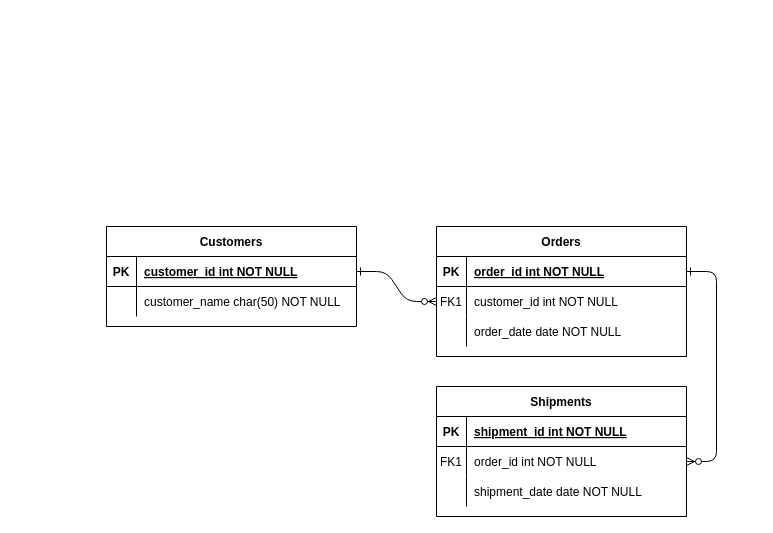
Above: Untitled Diagram.drawio in fanimu/berlatih-sql (draw.io), before the change. Source tidied: cells renumbered, new cells numbered last; positions are measured from the earlier drawing's top-left corner, leaving out a move shared by most shapes. Both pictures are drawn from the tidied source at 100%, with x=0, y=0 at pixel (106, 226).
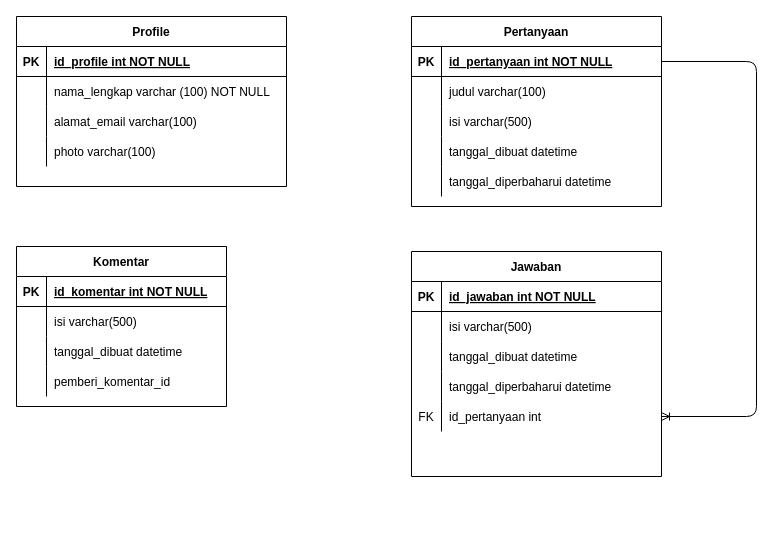
The same diagram, later.

The edit, as a diff of the source:
```diff
@@
-    <mxCell id="2" style="edgeStyle=entityRelationEdgeStyle;endArrow=ERzeroToMany;startArrow=ERone;endFill=1;startFill=0;" parent="1" edge="1" source="25" target="8">
-      <mxGeometry relative="1" as="geometry" />
-    </mxCell>
-    <mxCell id="3" style="edgeStyle=entityRelationEdgeStyle;endArrow=ERzeroToMany;startArrow=ERone;endFill=1;startFill=0;" parent="1" edge="1" source="5" target="18">
-      <mxGeometry relative="1" as="geometry" />
-    </mxCell>
-    <mxCell id="4" value="Orders" style="shape=table;startSize=30;childLayout=tableLayout;rowLines=0;fontStyle=1;align=center;" parent="1" vertex="1">
-      <mxGeometry x="330" width="250" height="130" as="geometry" />
-    </mxCell>
-    <mxCell id="5" style="shape=partialRectangle;fillColor=none;points=[[0,0.5],[1,0.5]];portConstraint=eastwest;top=0;left=0;right=0;bottom=1;" parent="4" vertex="1">
-      <mxGeometry y="30" width="250" height="30" as="geometry" />
-    </mxCell>
-    <mxCell id="6" value="PK" style="shape=partialRectangle;overflow=hidden;fillColor=none;top=0;left=0;bottom=0;right=0;fontStyle=1;" parent="5" vertex="1">
-      <mxGeometry width="30" height="30" as="geometry" />
-    </mxCell>
-    <mxCell id="7" value="order_id int NOT NULL " style="shape=partialRectangle;overflow=hidden;fillColor=none;top=0;left=0;bottom=0;right=0;align=left;spacingLeft=6;fontStyle=5;" parent="5" vertex="1">
-      <mxGeometry x="30" width="220" height="30" as="geometry" />
-    </mxCell>
-    <mxCell id="8" style="shape=partialRectangle;fillColor=none;points=[[0,0.5],[1,0.5]];portConstraint=eastwest;top=0;left=0;right=0;bottom=0;" parent="4" vertex="1">
-      <mxGeometry y="60" width="250" height="30" as="geometry" />
-    </mxCell>
-    <mxCell id="9" value="FK1" style="shape=partialRectangle;overflow=hidden;fillColor=none;top=0;left=0;bottom=0;right=0;" parent="8" vertex="1">
-      <mxGeometry width="30" height="30" as="geometry" />
-    </mxCell>
-    <mxCell id="10" value="customer_id int NOT NULL" style="shape=partialRectangle;overflow=hidden;fillColor=none;top=0;left=0;bottom=0;right=0;align=left;spacingLeft=6;" parent="8" vertex="1">
-      <mxGeometry x="30" width="220" height="30" as="geometry" />
-    </mxCell>
-    <mxCell id="11" style="shape=partialRectangle;fillColor=none;top=0;left=0;right=0;bottom=0;" parent="4" vertex="1">
-      <mxGeometry y="90" width="250" height="30" as="geometry" />
-    </mxCell>
-    <mxCell id="12" style="shape=partialRectangle;overflow=hidden;fillColor=none;top=0;left=0;bottom=0;right=0;" parent="11" vertex="1">
-      <mxGeometry width="30" height="30" as="geometry" />
-    </mxCell>
-    <mxCell id="13" value="order_date date NOT NULL" style="shape=partialRectangle;overflow=hidden;fillColor=none;top=0;left=0;bottom=0;right=0;align=left;spacingLeft=6;" parent="11" vertex="1">
-      <mxGeometry x="30" width="220" height="30" as="geometry" />
-    </mxCell>
-    <mxCell id="14" value="Shipments" style="shape=table;startSize=30;childLayout=tableLayout;rowLines=0;fontStyle=1;align=center;" parent="1" vertex="1">
-      <mxGeometry x="330" y="160" width="250" height="130" as="geometry" />
-    </mxCell>
-    <mxCell id="15" style="shape=partialRectangle;fillColor=none;top=0;left=0;right=0;bottom=1;" parent="14" vertex="1">
-      <mxGeometry y="30" width="250" height="30" as="geometry" />
-    </mxCell>
-    <mxCell id="16" value="PK" style="shape=partialRectangle;overflow=hidden;fillColor=none;top=0;left=0;bottom=0;right=0;fontStyle=1;" parent="15" vertex="1">
-      <mxGeometry width="30" height="30" as="geometry" />
-    </mxCell>
-    <mxCell id="17" value="shipment_id int NOT NULL " style="shape=partialRectangle;overflow=hidden;fillColor=none;top=0;left=0;bottom=0;right=0;align=left;spacingLeft=6;fontStyle=5;" parent="15" vertex="1">
-      <mxGeometry x="30" width="220" height="30" as="geometry" />
-    </mxCell>
-    <mxCell id="18" style="shape=partialRectangle;fillColor=none;points=[[0,0.5],[1,0.5]];portConstraint=eastwest;top=0;left=0;right=0;bottom=0;" parent="14" vertex="1">
-      <mxGeometry y="60" width="250" height="30" as="geometry" />
-    </mxCell>
-    <mxCell id="19" value="FK1" style="shape=partialRectangle;overflow=hidden;fillColor=none;top=0;left=0;bottom=0;right=0;" parent="18" vertex="1">
-      <mxGeometry width="30" height="30" as="geometry" />
-    </mxCell>
-    <mxCell id="20" value="order_id int NOT NULL" style="shape=partialRectangle;overflow=hidden;fillColor=none;top=0;left=0;bottom=0;right=0;align=left;spacingLeft=6;" parent="18" vertex="1">
-      <mxGeometry x="30" width="220" height="30" as="geometry" />
-    </mxCell>
-    <mxCell id="21" style="shape=partialRectangle;fillColor=none;top=0;left=0;right=0;bottom=0;" parent="14" vertex="1">
-      <mxGeometry y="90" width="250" height="30" as="geometry" />
-    </mxCell>
-    <mxCell id="22" style="shape=partialRectangle;overflow=hidden;fillColor=none;top=0;left=0;bottom=0;right=0;" parent="21" vertex="1">
-      <mxGeometry width="30" height="30" as="geometry" />
-    </mxCell>
-    <mxCell id="23" value="shipment_date date NOT NULL" style="shape=partialRectangle;overflow=hidden;fillColor=none;top=0;left=0;bottom=0;right=0;align=left;spacingLeft=6;" parent="21" vertex="1">
-      <mxGeometry x="30" width="220" height="30" as="geometry" />
-    </mxCell>
+    <mxCell id="31" value="Komentar" style="shape=table;startSize=30;childLayout=tableLayout;rowLines=0;fontStyle=1;align=center;" parent="1" vertex="1">
+      <mxGeometry x="-90" y="20" width="210" height="160" as="geometry" />
+    </mxCell>
+    <mxCell id="32" style="shape=partialRectangle;fillColor=none;top=0;left=0;bottom=1;right=0;" parent="31" vertex="1">
+      <mxGeometry y="30" width="210" height="30" as="geometry" />
+    </mxCell>
+    <mxCell id="33" value="PK" style="shape=partialRectangle;fillColor=none;top=0;left=0;bottom=0;right=0;fontStyle=1;overflow=hidden;" parent="32" vertex="1">
+      <mxGeometry width="30" height="30" as="geometry" />
+    </mxCell>
+    <mxCell id="34" value="id_komentar int NOT NULL" style="shape=partialRectangle;fillColor=none;top=0;left=0;bottom=0;right=0;align=left;spacingLeft=6;fontStyle=5;overflow=hidden;" parent="32" vertex="1">
+      <mxGeometry x="30" width="180" height="30" as="geometry" />
+    </mxCell>
+    <mxCell id="35" style="shape=partialRectangle;fillColor=none;top=0;left=0;bottom=0;right=0;" parent="31" vertex="1">
+      <mxGeometry y="60" width="210" height="30" as="geometry" />
+    </mxCell>
+    <mxCell id="36" style="shape=partialRectangle;fillColor=none;top=0;left=0;bottom=0;right=0;overflow=hidden;" parent="35" vertex="1">
+      <mxGeometry width="30" height="30" as="geometry" />
+    </mxCell>
+    <mxCell id="37" value="isi varchar(500)" style="shape=partialRectangle;fillColor=none;top=0;left=0;bottom=0;right=0;align=left;spacingLeft=6;overflow=hidden;" parent="35" vertex="1">
+      <mxGeometry x="30" width="180" height="30" as="geometry" />
+    </mxCell>
+    <mxCell id="38" style="shape=partialRectangle;fillColor=none;top=0;left=0;bottom=0;right=0;" parent="31" vertex="1">
+      <mxGeometry y="90" width="210" height="30" as="geometry" />
+    </mxCell>
+    <mxCell id="39" style="shape=partialRectangle;fillColor=none;top=0;left=0;bottom=0;right=0;overflow=hidden;" parent="38" vertex="1">
+      <mxGeometry width="30" height="30" as="geometry" />
+    </mxCell>
+    <mxCell id="40" value="tanggal_dibuat datetime" style="shape=partialRectangle;fillColor=none;top=0;left=0;bottom=0;right=0;align=left;spacingLeft=6;overflow=hidden;" parent="38" vertex="1">
+      <mxGeometry x="30" width="180" height="30" as="geometry" />
+    </mxCell>
+    <mxCell id="41" style="shape=partialRectangle;fillColor=none;top=0;left=0;bottom=0;right=0;" parent="31" vertex="1">
+      <mxGeometry y="120" width="210" height="30" as="geometry" />
+    </mxCell>
+    <mxCell id="42" style="shape=partialRectangle;fillColor=none;top=0;left=0;bottom=0;right=0;overflow=hidden;" parent="41" vertex="1">
+      <mxGeometry width="30" height="30" as="geometry" />
+    </mxCell>
+    <mxCell id="43" value="pemberi_komentar_id" style="shape=partialRectangle;fillColor=none;top=0;left=0;bottom=0;right=0;align=left;spacingLeft=6;overflow=hidden;" parent="41" vertex="1">
+      <mxGeometry x="30" width="180" height="30" as="geometry" />
+    </mxCell>
-    <mxCell id="24" value="Customers" style="shape=table;startSize=30;childLayout=tableLayout;rowLines=0;fontStyle=1;align=center;" parent="1" vertex="1">
-      <mxGeometry width="250" height="100" as="geometry" />
+    <mxCell id="24" value="Profile" style="shape=table;startSize=30;childLayout=tableLayout;rowLines=0;fontStyle=1;align=center;" parent="1" vertex="1">
+      <mxGeometry x="-90" y="-210" width="270" height="170" as="geometry" />
     </mxCell>
     <mxCell id="25" style="shape=partialRectangle;fillColor=none;points=[[0,0.5],[1,0.5]];portConstraint=eastwest;top=0;left=0;right=0;bottom=1;" parent="24" vertex="1">
-      <mxGeometry y="30" width="250" height="30" as="geometry" />
+      <mxGeometry y="30" width="270" height="30" as="geometry" />
     </mxCell>
@@
-    <mxCell id="27" value="customer_id int NOT NULL " style="shape=partialRectangle;overflow=hidden;fillColor=none;top=0;left=0;bottom=0;right=0;align=left;spacingLeft=6;fontStyle=5;" parent="25" vertex="1">
-      <mxGeometry x="30" width="220" height="30" as="geometry" />
+    <mxCell id="27" value="id_profile int NOT NULL " style="shape=partialRectangle;overflow=hidden;fillColor=none;top=0;left=0;bottom=0;right=0;align=left;spacingLeft=6;fontStyle=5;" parent="25" vertex="1">
+      <mxGeometry x="30" width="240" height="30" as="geometry" />
     </mxCell>
     <mxCell id="28" style="shape=partialRectangle;fillColor=none;top=0;left=0;right=0;bottom=0;" parent="24" vertex="1">
-      <mxGeometry y="60" width="250" height="30" as="geometry" />
+      <mxGeometry y="60" width="270" height="30" as="geometry" />
     </mxCell>
@@
-    <mxCell id="30" value="customer_name char(50) NOT NULL" style="shape=partialRectangle;overflow=hidden;fillColor=none;top=0;left=0;bottom=0;right=0;align=left;spacingLeft=6;" parent="28" vertex="1">
-      <mxGeometry x="30" width="220" height="30" as="geometry" />
+    <mxCell id="30" value="nama_lengkap varchar (100) NOT NULL" style="shape=partialRectangle;overflow=hidden;fillColor=none;top=0;left=0;bottom=0;right=0;align=left;spacingLeft=6;" parent="28" vertex="1">
+      <mxGeometry x="30" width="240" height="30" as="geometry" />
     </mxCell>
+    <mxCell id="44" style="shape=partialRectangle;fillColor=none;top=0;left=0;bottom=0;right=0;" parent="24" vertex="1">
+      <mxGeometry y="90" width="270" height="30" as="geometry" />
+    </mxCell>
+    <mxCell id="45" style="shape=partialRectangle;fillColor=none;top=0;left=0;bottom=0;right=0;overflow=hidden;" parent="44" vertex="1">
+      <mxGeometry width="30" height="30" as="geometry" />
+    </mxCell>
+    <mxCell id="46" value="alamat_email varchar(100)" style="shape=partialRectangle;fillColor=none;top=0;left=0;bottom=0;right=0;align=left;spacingLeft=6;overflow=hidden;" parent="44" vertex="1">
+      <mxGeometry x="30" width="240" height="30" as="geometry" />
+    </mxCell>
+    <mxCell id="47" style="shape=partialRectangle;fillColor=none;top=0;left=0;bottom=0;right=0;" parent="24" vertex="1">
+      <mxGeometry y="120" width="270" height="30" as="geometry" />
+    </mxCell>
+    <mxCell id="48" style="shape=partialRectangle;fillColor=none;top=0;left=0;bottom=0;right=0;overflow=hidden;" parent="47" vertex="1">
+      <mxGeometry width="30" height="30" as="geometry" />
+    </mxCell>
+    <mxCell id="49" value="photo varchar(100)" style="shape=partialRectangle;fillColor=none;top=0;left=0;bottom=0;right=0;align=left;spacingLeft=6;overflow=hidden;" parent="47" vertex="1">
+      <mxGeometry x="30" width="240" height="30" as="geometry" />
+    </mxCell>
+    <mxCell id="4" value="Pertanyaan" style="shape=table;startSize=30;childLayout=tableLayout;rowLines=0;fontStyle=1;align=center;" parent="1" vertex="1">
+      <mxGeometry x="305" y="-210" width="250" height="190" as="geometry" />
+    </mxCell>
+    <mxCell id="5" style="shape=partialRectangle;fillColor=none;points=[[0,0.5],[1,0.5]];portConstraint=eastwest;top=0;left=0;right=0;bottom=1;" parent="4" vertex="1">
+      <mxGeometry y="30" width="250" height="30" as="geometry" />
+    </mxCell>
+    <mxCell id="6" value="PK" style="shape=partialRectangle;overflow=hidden;fillColor=none;top=0;left=0;bottom=0;right=0;fontStyle=1;" parent="5" vertex="1">
+      <mxGeometry width="30" height="30" as="geometry" />
+    </mxCell>
+    <mxCell id="7" value="id_pertanyaan int NOT NULL " style="shape=partialRectangle;overflow=hidden;fillColor=none;top=0;left=0;bottom=0;right=0;align=left;spacingLeft=6;fontStyle=5;" parent="5" vertex="1">
+      <mxGeometry x="30" width="220" height="30" as="geometry" />
+    </mxCell>
+    <mxCell id="11" style="shape=partialRectangle;fillColor=none;top=0;left=0;right=0;bottom=0;" parent="4" vertex="1">
+      <mxGeometry y="60" width="250" height="30" as="geometry" />
+    </mxCell>
+    <mxCell id="12" style="shape=partialRectangle;overflow=hidden;fillColor=none;top=0;left=0;bottom=0;right=0;" parent="11" vertex="1">
+      <mxGeometry width="30" height="30" as="geometry" />
+    </mxCell>
+    <mxCell id="13" value="judul varchar(100)" style="shape=partialRectangle;overflow=hidden;fillColor=none;top=0;left=0;bottom=0;right=0;align=left;spacingLeft=6;" parent="11" vertex="1">
+      <mxGeometry x="30" width="220" height="30" as="geometry" />
+    </mxCell>
+    <mxCell id="50" style="shape=partialRectangle;fillColor=none;top=0;left=0;bottom=0;right=0;" parent="4" vertex="1">
+      <mxGeometry y="90" width="250" height="30" as="geometry" />
+    </mxCell>
+    <mxCell id="51" style="shape=partialRectangle;fillColor=none;top=0;left=0;bottom=0;right=0;overflow=hidden;" parent="50" vertex="1">
+      <mxGeometry width="30" height="30" as="geometry" />
+    </mxCell>
+    <mxCell id="52" value="isi varchar(500)" style="shape=partialRectangle;fillColor=none;top=0;left=0;bottom=0;right=0;align=left;spacingLeft=6;overflow=hidden;" parent="50" vertex="1">
+      <mxGeometry x="30" width="220" height="30" as="geometry" />
+    </mxCell>
+    <mxCell id="53" style="shape=partialRectangle;fillColor=none;top=0;left=0;bottom=0;right=0;" parent="4" vertex="1">
+      <mxGeometry y="120" width="250" height="30" as="geometry" />
+    </mxCell>
+    <mxCell id="54" style="shape=partialRectangle;fillColor=none;top=0;left=0;bottom=0;right=0;overflow=hidden;" parent="53" vertex="1">
+      <mxGeometry width="30" height="30" as="geometry" />
+    </mxCell>
+    <mxCell id="55" value="tanggal_dibuat datetime" style="shape=partialRectangle;fillColor=none;top=0;left=0;bottom=0;right=0;align=left;spacingLeft=6;overflow=hidden;" parent="53" vertex="1">
+      <mxGeometry x="30" width="220" height="30" as="geometry" />
+    </mxCell>
+    <mxCell id="56" style="shape=partialRectangle;fillColor=none;top=0;left=0;bottom=0;right=0;" parent="4" vertex="1">
+      <mxGeometry y="150" width="250" height="30" as="geometry" />
+    </mxCell>
+    <mxCell id="57" style="shape=partialRectangle;fillColor=none;top=0;left=0;bottom=0;right=0;overflow=hidden;" parent="56" vertex="1">
+      <mxGeometry width="30" height="30" as="geometry" />
+    </mxCell>
+    <mxCell id="58" value="tanggal_diperbaharui datetime" style="shape=partialRectangle;fillColor=none;top=0;left=0;bottom=0;right=0;align=left;spacingLeft=6;overflow=hidden;" parent="56" vertex="1">
+      <mxGeometry x="30" width="220" height="30" as="geometry" />
+    </mxCell>
+    <mxCell id="14" value="Jawaban" style="shape=table;startSize=30;childLayout=tableLayout;rowLines=0;fontStyle=1;align=center;" parent="1" vertex="1">
+      <mxGeometry x="305" y="25" width="250" height="225" as="geometry" />
+    </mxCell>
+    <mxCell id="15" style="shape=partialRectangle;fillColor=none;top=0;left=0;right=0;bottom=1;" parent="14" vertex="1">
+      <mxGeometry y="30" width="250" height="30" as="geometry" />
+    </mxCell>
+    <mxCell id="16" value="PK" style="shape=partialRectangle;overflow=hidden;fillColor=none;top=0;left=0;bottom=0;right=0;fontStyle=1;" parent="15" vertex="1">
+      <mxGeometry width="30" height="30" as="geometry" />
+    </mxCell>
+    <mxCell id="17" value="id_jawaban int NOT NULL " style="shape=partialRectangle;overflow=hidden;fillColor=none;top=0;left=0;bottom=0;right=0;align=left;spacingLeft=6;fontStyle=5;" parent="15" vertex="1">
+      <mxGeometry x="30" width="220" height="30" as="geometry" />
+    </mxCell>
+    <mxCell id="21" style="shape=partialRectangle;fillColor=none;top=0;left=0;right=0;bottom=0;" parent="14" vertex="1">
+      <mxGeometry y="60" width="250" height="30" as="geometry" />
+    </mxCell>
+    <mxCell id="22" style="shape=partialRectangle;overflow=hidden;fillColor=none;top=0;left=0;bottom=0;right=0;" parent="21" vertex="1">
+      <mxGeometry width="30" height="30" as="geometry" />
+    </mxCell>
+    <mxCell id="23" value="isi varchar(500)" style="shape=partialRectangle;overflow=hidden;fillColor=none;top=0;left=0;bottom=0;right=0;align=left;spacingLeft=6;" parent="21" vertex="1">
+      <mxGeometry x="30" width="220" height="30" as="geometry" />
+    </mxCell>
+    <mxCell id="59" style="shape=partialRectangle;fillColor=none;top=0;left=0;bottom=0;right=0;" parent="14" vertex="1">
+      <mxGeometry y="90" width="250" height="30" as="geometry" />
+    </mxCell>
+    <mxCell id="60" style="shape=partialRectangle;fillColor=none;top=0;left=0;bottom=0;right=0;overflow=hidden;" parent="59" vertex="1">
+      <mxGeometry width="30" height="30" as="geometry" />
+    </mxCell>
+    <mxCell id="61" value="tanggal_dibuat datetime" style="shape=partialRectangle;fillColor=none;top=0;left=0;bottom=0;right=0;align=left;spacingLeft=6;overflow=hidden;" parent="59" vertex="1">
+      <mxGeometry x="30" width="220" height="30" as="geometry" />
+    </mxCell>
+    <mxCell id="62" style="shape=partialRectangle;fillColor=none;top=0;left=0;bottom=0;right=0;" parent="14" vertex="1">
+      <mxGeometry y="120" width="250" height="30" as="geometry" />
+    </mxCell>
+    <mxCell id="63" style="shape=partialRectangle;fillColor=none;top=0;left=0;bottom=0;right=0;overflow=hidden;" parent="62" vertex="1">
+      <mxGeometry width="30" height="30" as="geometry" />
+    </mxCell>
+    <mxCell id="64" value="tanggal_diperbaharui datetime" style="shape=partialRectangle;fillColor=none;top=0;left=0;bottom=0;right=0;align=left;spacingLeft=6;overflow=hidden;" parent="62" vertex="1">
+      <mxGeometry x="30" width="220" height="30" as="geometry" />
+    </mxCell>
+    <mxCell id="65" style="shape=partialRectangle;fillColor=none;top=0;left=0;bottom=0;right=0;" parent="14" vertex="1">
+      <mxGeometry y="150" width="250" height="30" as="geometry" />
+    </mxCell>
+    <mxCell id="66" value="FK" style="shape=partialRectangle;fillColor=none;top=0;left=0;bottom=0;right=0;fontStyle=0;overflow=hidden;" parent="65" vertex="1">
+      <mxGeometry width="30" height="30" as="geometry" />
+    </mxCell>
+    <mxCell id="67" value="id_pertanyaan int" style="shape=partialRectangle;fillColor=none;top=0;left=0;bottom=0;right=0;align=left;spacingLeft=6;fontStyle=0;overflow=hidden;" parent="65" vertex="1">
+      <mxGeometry x="30" width="220" height="30" as="geometry" />
+    </mxCell>
+    <mxCell id="68" style="edgeStyle=orthogonalEdgeStyle;fontSize=12;html=1;endArrow=ERoneToMany;exitX=1;exitY=0.5;exitDx=0;exitDy=0;" parent="1" edge="1" source="5">
+      <mxGeometry relative="1" as="geometry">
+        <mxPoint x="555" y="190" as="targetPoint" />
+        <Array as="points">
+          <mxPoint x="650" y="-165" />
+          <mxPoint x="650" y="190" />
+        </Array>
+      </mxGeometry>
+    </mxCell>
```
